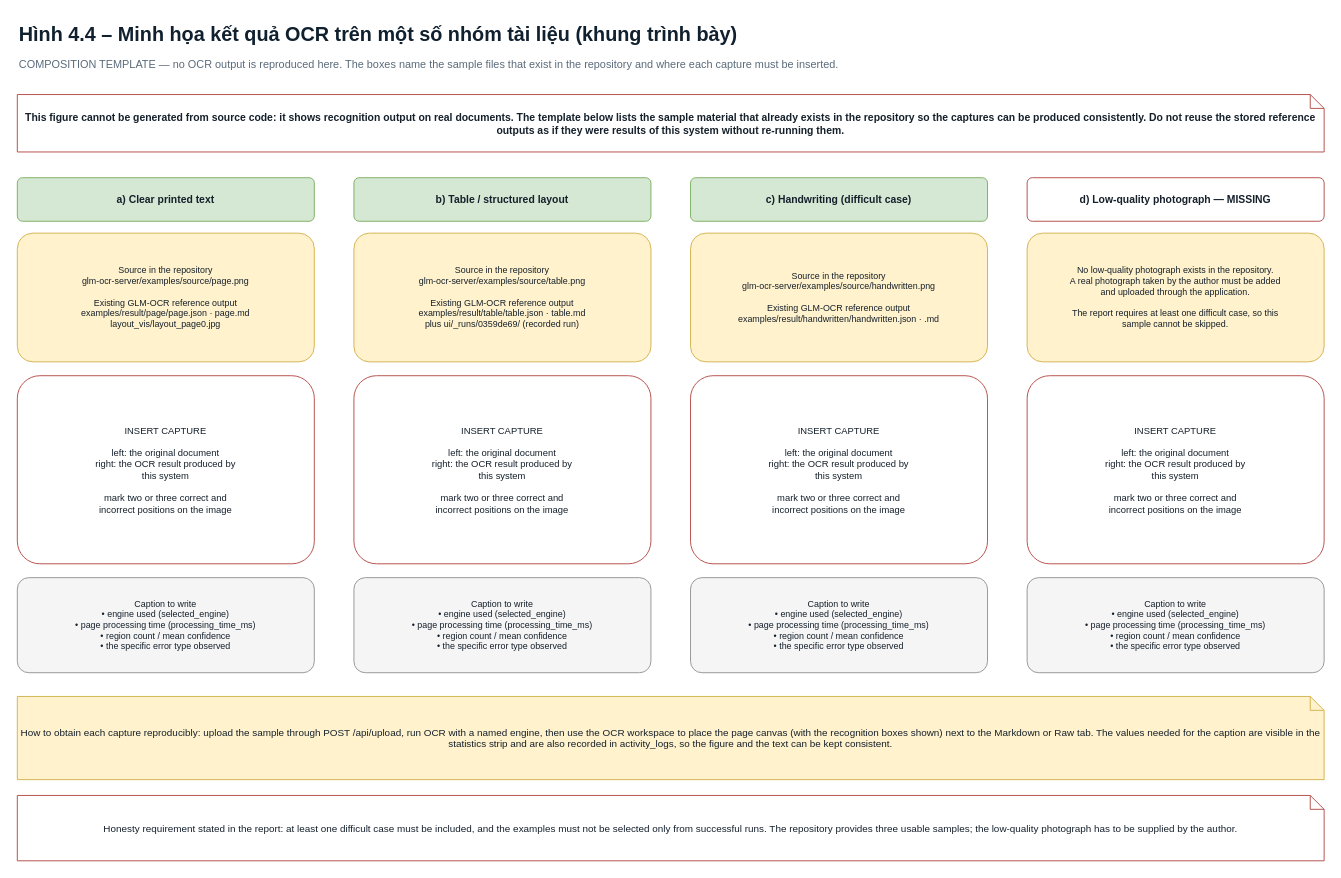
Above: report_figures/chapter4/fig_4_4_result_examples_template.drawio in imtoiteu/OCRandCorrectionVn (draw.io), before the change. Source tidied: cells renumbered, new cells numbered last; positions are measured from the earlier drawing's top-left corner, leaving out a move shared by most shapes. Both pictures are drawn from the tidied source at 99%, with x=0, y=0 at pixel (17, 17).
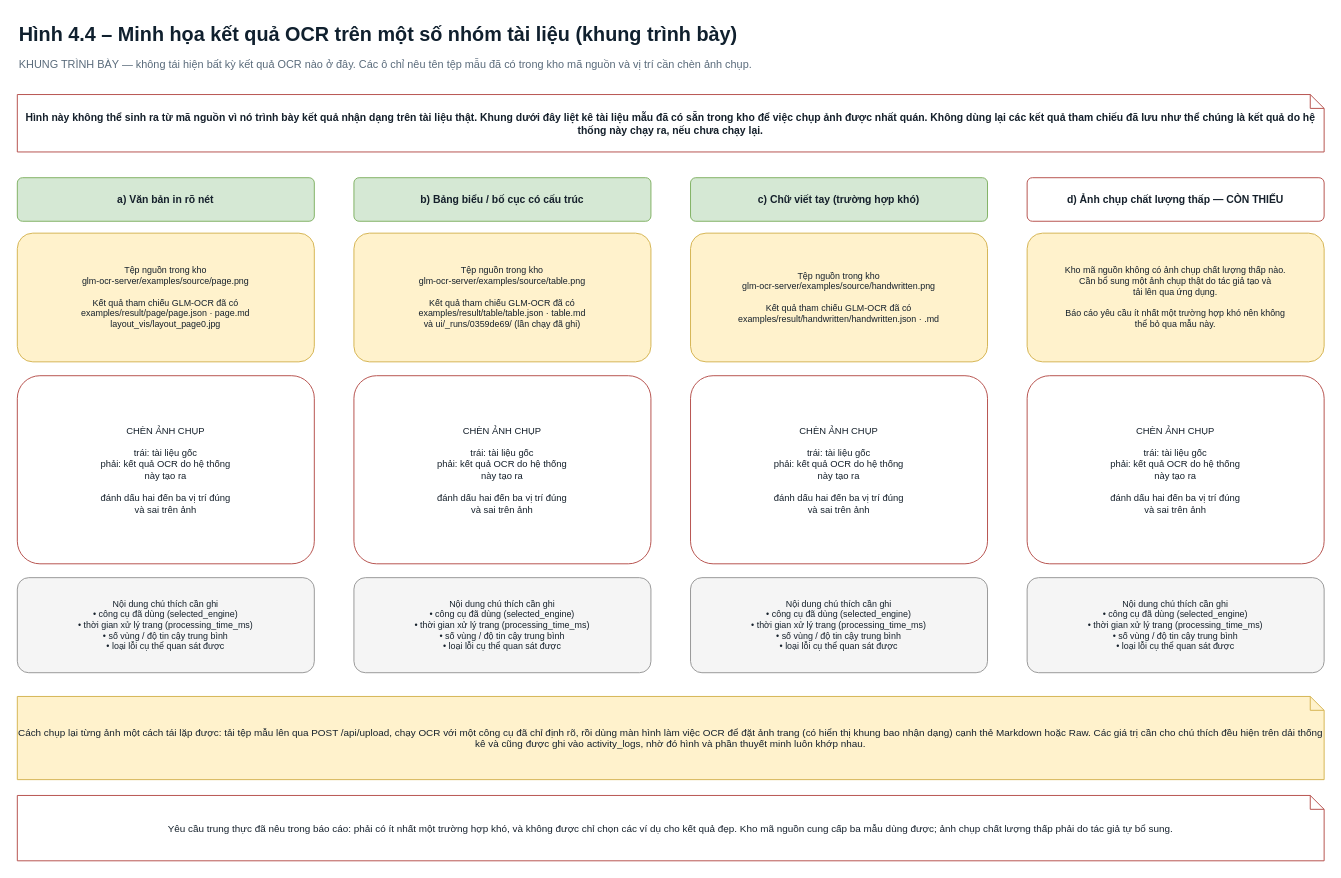
The same diagram, later.

Change to the diagram source:
```diff
@@
-    <mxCell id="3" value="COMPOSITION TEMPLATE — no OCR output is reproduced here. The boxes name the sample files that exist in the repository and where each capture must be inserted." style="text;html=1;fontSize=11;verticalAlign=middle;align=left;fontColor=#5A6B7B;" parent="1" vertex="1">
+    <mxCell id="3" value="KHUNG TRÌNH BÀY — không tái hiện bất kỳ kết quả OCR nào ở đây. Các ô chỉ nêu tên tệp mẫu đã có trong kho mã nguồn và vị trí cần chèn ảnh chụp." style="text;html=1;fontSize=11;verticalAlign=middle;align=left;fontColor=#5A6B7B;" parent="1" vertex="1">
       <mxGeometry y="38" width="1320" height="20" as="geometry" />
     </mxCell>
-    <mxCell id="4" value="This figure cannot be generated from source code: it shows recognition output on real documents. The template below lists the sample material that already exists in the repository so the captures can be produced consistently. Do not reuse the stored reference outputs as if they were results of this system without re-running them." style="shape=note;size=14;whiteSpace=wrap;html=1;fontSize=10.5;fillColor=#FFFFFF;strokeColor=#B85450;fontColor=#15202B;fontStyle=1;" parent="1" vertex="1">
+    <mxCell id="4" value="Hình này không thể sinh ra từ mã nguồn vì nó trình bày kết quả nhận dạng trên tài liệu thật. Khung dưới đây liệt kê tài liệu mẫu đã có sẵn trong kho để việc chụp ảnh được nhất quán. Không dùng lại các kết quả tham chiếu đã lưu như thể chúng là kết quả do hệ thống này chạy ra, nếu chưa chạy lại." style="shape=note;size=14;whiteSpace=wrap;html=1;fontSize=10.5;fillColor=#FFFFFF;strokeColor=#B85450;fontColor=#15202B;fontStyle=1;" parent="1" vertex="1">
       <mxGeometry y="78" width="1320" height="58" as="geometry" />
     </mxCell>
-    <mxCell id="5" value="a)  Clear printed text" style="rounded=1;arcSize=12;whiteSpace=wrap;html=1;fontSize=10.5;fillColor=#D5E8D4;strokeColor=#82B366;fontColor=#15202B;fontStyle=1;" parent="1" vertex="1">
+    <mxCell id="5" value="a)  Văn bản in rõ nét" style="rounded=1;arcSize=12;whiteSpace=wrap;html=1;fontSize=10.5;fillColor=#D5E8D4;strokeColor=#82B366;fontColor=#15202B;fontStyle=1;" parent="1" vertex="1">
       <mxGeometry y="162" width="300" height="44" as="geometry" />
     </mxCell>
-    <mxCell id="6" value="Source in the repository&lt;br&gt;glm-ocr-server/examples/source/page.png&lt;br&gt;&lt;br&gt;Existing GLM-OCR reference output&lt;br&gt;examples/result/page/page.json · page.md&lt;br&gt;layout_vis/layout_page0.jpg" style="rounded=1;arcSize=12;whiteSpace=wrap;html=1;fontSize=9;fillColor=#FFF2CC;strokeColor=#D6B656;fontColor=#15202B;" parent="1" vertex="1">
+    <mxCell id="6" value="Tệp nguồn trong kho&lt;br&gt;glm-ocr-server/examples/source/page.png&lt;br&gt;&lt;br&gt;Kết quả tham chiếu GLM-OCR đã có&lt;br&gt;examples/result/page/page.json · page.md&lt;br&gt;layout_vis/layout_page0.jpg" style="rounded=1;arcSize=12;whiteSpace=wrap;html=1;fontSize=9;fillColor=#FFF2CC;strokeColor=#D6B656;fontColor=#15202B;" parent="1" vertex="1">
       <mxGeometry y="218" width="300" height="130" as="geometry" />
     </mxCell>
-    <mxCell id="7" value="INSERT CAPTURE&lt;br&gt;&lt;br&gt;left: the original document&lt;br&gt;right: the OCR result produced by&lt;br&gt;this system&lt;br&gt;&lt;br&gt;mark two or three correct and&lt;br&gt;incorrect positions on the image" style="rounded=1;arcSize=12;whiteSpace=wrap;html=1;fontSize=9.5;fillColor=#FFFFFF;strokeColor=#B85450;fontColor=#15202B;" parent="1" vertex="1">
+    <mxCell id="7" value="CHÈN ẢNH CHỤP&lt;br&gt;&lt;br&gt;trái: tài liệu gốc&lt;br&gt;phải: kết quả OCR do hệ thống&lt;br&gt;này tạo ra&lt;br&gt;&lt;br&gt;đánh dấu hai đến ba vị trí đúng&lt;br&gt;và sai trên ảnh" style="rounded=1;arcSize=12;whiteSpace=wrap;html=1;fontSize=9.5;fillColor=#FFFFFF;strokeColor=#B85450;fontColor=#15202B;" parent="1" vertex="1">
       <mxGeometry y="362" width="300" height="190" as="geometry" />
     </mxCell>
-    <mxCell id="8" value="Caption to write&lt;br&gt;• engine used (selected_engine)&lt;br&gt;• page processing time (processing_time_ms)&lt;br&gt;• region count / mean confidence&lt;br&gt;• the specific error type observed" style="rounded=1;arcSize=12;whiteSpace=wrap;html=1;fontSize=9;fillColor=#F5F5F5;strokeColor=#999999;fontColor=#15202B;" parent="1" vertex="1">
+    <mxCell id="8" value="Nội dung chú thích cần ghi&lt;br&gt;• công cụ đã dùng (selected_engine)&lt;br&gt;• thời gian xử lý trang (processing_time_ms)&lt;br&gt;• số vùng / độ tin cậy trung bình&lt;br&gt;• loại lỗi cụ thể quan sát được" style="rounded=1;arcSize=12;whiteSpace=wrap;html=1;fontSize=9;fillColor=#F5F5F5;strokeColor=#999999;fontColor=#15202B;" parent="1" vertex="1">
       <mxGeometry y="566" width="300" height="96" as="geometry" />
     </mxCell>
-    <mxCell id="9" value="b)  Table / structured layout" style="rounded=1;arcSize=12;whiteSpace=wrap;html=1;fontSize=10.5;fillColor=#D5E8D4;strokeColor=#82B366;fontColor=#15202B;fontStyle=1;" parent="1" vertex="1">
+    <mxCell id="9" value="b)  Bảng biểu / bố cục có cấu trúc" style="rounded=1;arcSize=12;whiteSpace=wrap;html=1;fontSize=10.5;fillColor=#D5E8D4;strokeColor=#82B366;fontColor=#15202B;fontStyle=1;" parent="1" vertex="1">
       <mxGeometry x="340" y="162" width="300" height="44" as="geometry" />
     </mxCell>
-    <mxCell id="10" value="Source in the repository&lt;br&gt;glm-ocr-server/examples/source/table.png&lt;br&gt;&lt;br&gt;Existing GLM-OCR reference output&lt;br&gt;examples/result/table/table.json · table.md&lt;br&gt;plus ui/_runs/0359de69/ (recorded run)" style="rounded=1;arcSize=12;whiteSpace=wrap;html=1;fontSize=9;fillColor=#FFF2CC;strokeColor=#D6B656;fontColor=#15202B;" parent="1" vertex="1">
+    <mxCell id="10" value="Tệp nguồn trong kho&lt;br&gt;glm-ocr-server/examples/source/table.png&lt;br&gt;&lt;br&gt;Kết quả tham chiếu GLM-OCR đã có&lt;br&gt;examples/result/table/table.json · table.md&lt;br&gt;và ui/_runs/0359de69/ (lần chạy đã ghi)" style="rounded=1;arcSize=12;whiteSpace=wrap;html=1;fontSize=9;fillColor=#FFF2CC;strokeColor=#D6B656;fontColor=#15202B;" parent="1" vertex="1">
       <mxGeometry x="340" y="218" width="300" height="130" as="geometry" />
     </mxCell>
-    <mxCell id="11" value="INSERT CAPTURE&lt;br&gt;&lt;br&gt;left: the original document&lt;br&gt;right: the OCR result produced by&lt;br&gt;this system&lt;br&gt;&lt;br&gt;mark two or three correct and&lt;br&gt;incorrect positions on the image" style="rounded=1;arcSize=12;whiteSpace=wrap;html=1;fontSize=9.5;fillColor=#FFFFFF;strokeColor=#B85450;fontColor=#15202B;" parent="1" vertex="1">
+    <mxCell id="11" value="CHÈN ẢNH CHỤP&lt;br&gt;&lt;br&gt;trái: tài liệu gốc&lt;br&gt;phải: kết quả OCR do hệ thống&lt;br&gt;này tạo ra&lt;br&gt;&lt;br&gt;đánh dấu hai đến ba vị trí đúng&lt;br&gt;và sai trên ảnh" style="rounded=1;arcSize=12;whiteSpace=wrap;html=1;fontSize=9.5;fillColor=#FFFFFF;strokeColor=#B85450;fontColor=#15202B;" parent="1" vertex="1">
       <mxGeometry x="340" y="362" width="300" height="190" as="geometry" />
     </mxCell>
-    <mxCell id="12" value="Caption to write&lt;br&gt;• engine used (selected_engine)&lt;br&gt;• page processing time (processing_time_ms)&lt;br&gt;• region count / mean confidence&lt;br&gt;• the specific error type observed" style="rounded=1;arcSize=12;whiteSpace=wrap;html=1;fontSize=9;fillColor=#F5F5F5;strokeColor=#999999;fontColor=#15202B;" parent="1" vertex="1">
+    <mxCell id="12" value="Nội dung chú thích cần ghi&lt;br&gt;• công cụ đã dùng (selected_engine)&lt;br&gt;• thời gian xử lý trang (processing_time_ms)&lt;br&gt;• số vùng / độ tin cậy trung bình&lt;br&gt;• loại lỗi cụ thể quan sát được" style="rounded=1;arcSize=12;whiteSpace=wrap;html=1;fontSize=9;fillColor=#F5F5F5;strokeColor=#999999;fontColor=#15202B;" parent="1" vertex="1">
       <mxGeometry x="340" y="566" width="300" height="96" as="geometry" />
     </mxCell>
-    <mxCell id="13" value="c)  Handwriting  (difficult case)" style="rounded=1;arcSize=12;whiteSpace=wrap;html=1;fontSize=10.5;fillColor=#D5E8D4;strokeColor=#82B366;fontColor=#15202B;fontStyle=1;" parent="1" vertex="1">
+    <mxCell id="13" value="c)  Chữ viết tay  (trường hợp khó)" style="rounded=1;arcSize=12;whiteSpace=wrap;html=1;fontSize=10.5;fillColor=#D5E8D4;strokeColor=#82B366;fontColor=#15202B;fontStyle=1;" parent="1" vertex="1">
       <mxGeometry x="680" y="162" width="300" height="44" as="geometry" />
     </mxCell>
-    <mxCell id="14" value="Source in the repository&lt;br&gt;glm-ocr-server/examples/source/handwritten.png&lt;br&gt;&lt;br&gt;Existing GLM-OCR reference output&lt;br&gt;examples/result/handwritten/handwritten.json · .md" style="rounded=1;arcSize=12;whiteSpace=wrap;html=1;fontSize=9;fillColor=#FFF2CC;strokeColor=#D6B656;fontColor=#15202B;" parent="1" vertex="1">
+    <mxCell id="14" value="Tệp nguồn trong kho&lt;br&gt;glm-ocr-server/examples/source/handwritten.png&lt;br&gt;&lt;br&gt;Kết quả tham chiếu GLM-OCR đã có&lt;br&gt;examples/result/handwritten/handwritten.json · .md" style="rounded=1;arcSize=12;whiteSpace=wrap;html=1;fontSize=9;fillColor=#FFF2CC;strokeColor=#D6B656;fontColor=#15202B;" parent="1" vertex="1">
       <mxGeometry x="680" y="218" width="300" height="130" as="geometry" />
     </mxCell>
-    <mxCell id="15" value="INSERT CAPTURE&lt;br&gt;&lt;br&gt;left: the original document&lt;br&gt;right: the OCR result produced by&lt;br&gt;this system&lt;br&gt;&lt;br&gt;mark two or three correct and&lt;br&gt;incorrect positions on the image" style="rounded=1;arcSize=12;whiteSpace=wrap;html=1;fontSize=9.5;fillColor=#FFFFFF;strokeColor=#B85450;fontColor=#15202B;" parent="1" vertex="1">
+    <mxCell id="15" value="CHÈN ẢNH CHỤP&lt;br&gt;&lt;br&gt;trái: tài liệu gốc&lt;br&gt;phải: kết quả OCR do hệ thống&lt;br&gt;này tạo ra&lt;br&gt;&lt;br&gt;đánh dấu hai đến ba vị trí đúng&lt;br&gt;và sai trên ảnh" style="rounded=1;arcSize=12;whiteSpace=wrap;html=1;fontSize=9.5;fillColor=#FFFFFF;strokeColor=#B85450;fontColor=#15202B;" parent="1" vertex="1">
       <mxGeometry x="680" y="362" width="300" height="190" as="geometry" />
     </mxCell>
-    <mxCell id="16" value="Caption to write&lt;br&gt;• engine used (selected_engine)&lt;br&gt;• page processing time (processing_time_ms)&lt;br&gt;• region count / mean confidence&lt;br&gt;• the specific error type observed" style="rounded=1;arcSize=12;whiteSpace=wrap;html=1;fontSize=9;fillColor=#F5F5F5;strokeColor=#999999;fontColor=#15202B;" parent="1" vertex="1">
+    <mxCell id="16" value="Nội dung chú thích cần ghi&lt;br&gt;• công cụ đã dùng (selected_engine)&lt;br&gt;• thời gian xử lý trang (processing_time_ms)&lt;br&gt;• số vùng / độ tin cậy trung bình&lt;br&gt;• loại lỗi cụ thể quan sát được" style="rounded=1;arcSize=12;whiteSpace=wrap;html=1;fontSize=9;fillColor=#F5F5F5;strokeColor=#999999;fontColor=#15202B;" parent="1" vertex="1">
       <mxGeometry x="680" y="566" width="300" height="96" as="geometry" />
     </mxCell>
-    <mxCell id="17" value="d)  Low-quality photograph  —  MISSING" style="rounded=1;arcSize=12;whiteSpace=wrap;html=1;fontSize=10.5;fillColor=#FFFFFF;strokeColor=#B85450;fontColor=#15202B;fontStyle=1;" parent="1" vertex="1">
+    <mxCell id="17" value="d)  Ảnh chụp chất lượng thấp  —  CÒN THIẾU" style="rounded=1;arcSize=12;whiteSpace=wrap;html=1;fontSize=10.5;fillColor=#FFFFFF;strokeColor=#B85450;fontColor=#15202B;fontStyle=1;" parent="1" vertex="1">
       <mxGeometry x="1020" y="162" width="300" height="44" as="geometry" />
     </mxCell>
-    <mxCell id="18" value="No low-quality photograph exists in the repository.&lt;br&gt;A real photograph taken by the author must be added&lt;br&gt;and uploaded through the application.&lt;br&gt;&lt;br&gt;The report requires at least one difficult case, so this&lt;br&gt;sample cannot be skipped." style="rounded=1;arcSize=12;whiteSpace=wrap;html=1;fontSize=9;fillColor=#FFF2CC;strokeColor=#D6B656;fontColor=#15202B;" parent="1" vertex="1">
+    <mxCell id="18" value="Kho mã nguồn không có ảnh chụp chất lượng thấp nào.&lt;br&gt;Cần bổ sung một ảnh chụp thật do tác giả tạo và&lt;br&gt;tải lên qua ứng dụng.&lt;br&gt;&lt;br&gt;Báo cáo yêu cầu ít nhất một trường hợp khó nên không&lt;br&gt;thể bỏ qua mẫu này." style="rounded=1;arcSize=12;whiteSpace=wrap;html=1;fontSize=9;fillColor=#FFF2CC;strokeColor=#D6B656;fontColor=#15202B;" parent="1" vertex="1">
       <mxGeometry x="1020" y="218" width="300" height="130" as="geometry" />
     </mxCell>
-    <mxCell id="19" value="INSERT CAPTURE&lt;br&gt;&lt;br&gt;left: the original document&lt;br&gt;right: the OCR result produced by&lt;br&gt;this system&lt;br&gt;&lt;br&gt;mark two or three correct and&lt;br&gt;incorrect positions on the image" style="rounded=1;arcSize=12;whiteSpace=wrap;html=1;fontSize=9.5;fillColor=#FFFFFF;strokeColor=#B85450;fontColor=#15202B;" parent="1" vertex="1">
+    <mxCell id="19" value="CHÈN ẢNH CHỤP&lt;br&gt;&lt;br&gt;trái: tài liệu gốc&lt;br&gt;phải: kết quả OCR do hệ thống&lt;br&gt;này tạo ra&lt;br&gt;&lt;br&gt;đánh dấu hai đến ba vị trí đúng&lt;br&gt;và sai trên ảnh" style="rounded=1;arcSize=12;whiteSpace=wrap;html=1;fontSize=9.5;fillColor=#FFFFFF;strokeColor=#B85450;fontColor=#15202B;" parent="1" vertex="1">
       <mxGeometry x="1020" y="362" width="300" height="190" as="geometry" />
     </mxCell>
-    <mxCell id="20" value="Caption to write&lt;br&gt;• engine used (selected_engine)&lt;br&gt;• page processing time (processing_time_ms)&lt;br&gt;• region count / mean confidence&lt;br&gt;• the specific error type observed" style="rounded=1;arcSize=12;whiteSpace=wrap;html=1;fontSize=9;fillColor=#F5F5F5;strokeColor=#999999;fontColor=#15202B;" parent="1" vertex="1">
+    <mxCell id="20" value="Nội dung chú thích cần ghi&lt;br&gt;• công cụ đã dùng (selected_engine)&lt;br&gt;• thời gian xử lý trang (processing_time_ms)&lt;br&gt;• số vùng / độ tin cậy trung bình&lt;br&gt;• loại lỗi cụ thể quan sát được" style="rounded=1;arcSize=12;whiteSpace=wrap;html=1;fontSize=9;fillColor=#F5F5F5;strokeColor=#999999;fontColor=#15202B;" parent="1" vertex="1">
       <mxGeometry x="1020" y="566" width="300" height="96" as="geometry" />
     </mxCell>
-    <mxCell id="21" value="How to obtain each capture reproducibly: upload the sample through POST /api/upload, run OCR with a named engine, then use the OCR workspace to place the page canvas (with the recognition boxes shown) next to the Markdown or Raw tab. The values needed for the caption are visible in the statistics strip and are also recorded in activity_logs, so the figure and the text can be kept consistent." style="shape=note;size=14;whiteSpace=wrap;html=1;fontSize=10;fillColor=#FFF2CC;strokeColor=#D6B656;fontColor=#15202B;" parent="1" vertex="1">
+    <mxCell id="21" value="Cách chụp lại từng ảnh một cách tái lặp được: tải tệp mẫu lên qua POST /api/upload, chạy OCR với một công cụ đã chỉ định rõ, rồi dùng màn hình làm việc OCR để đặt ảnh trang (có hiển thị khung bao nhận dạng) cạnh thẻ Markdown hoặc Raw. Các giá trị cần cho chú thích đều hiện trên dải thống kê và cũng được ghi vào activity_logs, nhờ đó hình và phần thuyết minh luôn khớp nhau." style="shape=note;size=14;whiteSpace=wrap;html=1;fontSize=10;fillColor=#FFF2CC;strokeColor=#D6B656;fontColor=#15202B;" parent="1" vertex="1">
       <mxGeometry y="686" width="1320" height="84" as="geometry" />
     </mxCell>
-    <mxCell id="22" value="Honesty requirement stated in the report: at least one difficult case must be included, and the examples must not be selected only from successful runs. The repository provides three usable samples; the low-quality photograph has to be supplied by the author." style="shape=note;size=14;whiteSpace=wrap;html=1;fontSize=10;fillColor=#FFFFFF;strokeColor=#B85450;fontColor=#15202B;" parent="1" vertex="1">
+    <mxCell id="22" value="Yêu cầu trung thực đã nêu trong báo cáo: phải có ít nhất một trường hợp khó, và không được chỉ chọn các ví dụ cho kết quả đẹp. Kho mã nguồn cung cấp ba mẫu dùng được; ảnh chụp chất lượng thấp phải do tác giả tự bổ sung." style="shape=note;size=14;whiteSpace=wrap;html=1;fontSize=10;fillColor=#FFFFFF;strokeColor=#B85450;fontColor=#15202B;" parent="1" vertex="1">
       <mxGeometry y="786" width="1320" height="66" as="geometry" />
     </mxCell>
```
